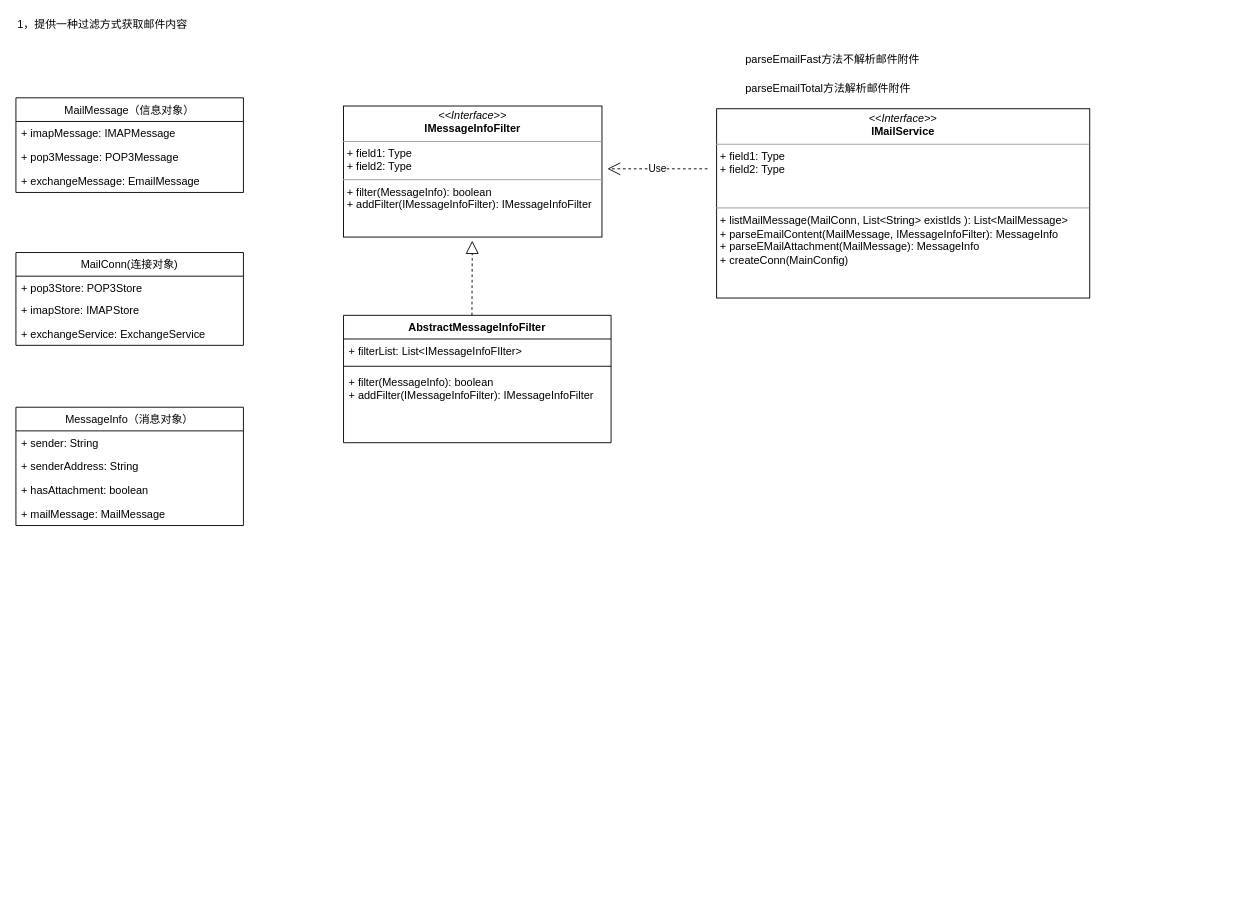
Before: work/mail-util-class-design.drawio in steveGuRen/diagram, a draw.io diagram. Source tidied: cells renumbered, new cells numbered last; positions are measured from the earlier drawing's top-left corner, leaving out a move shared by most shapes. Both pictures are drawn from the tidied source at 91%, with x=0, y=0 at pixel (15, 15).
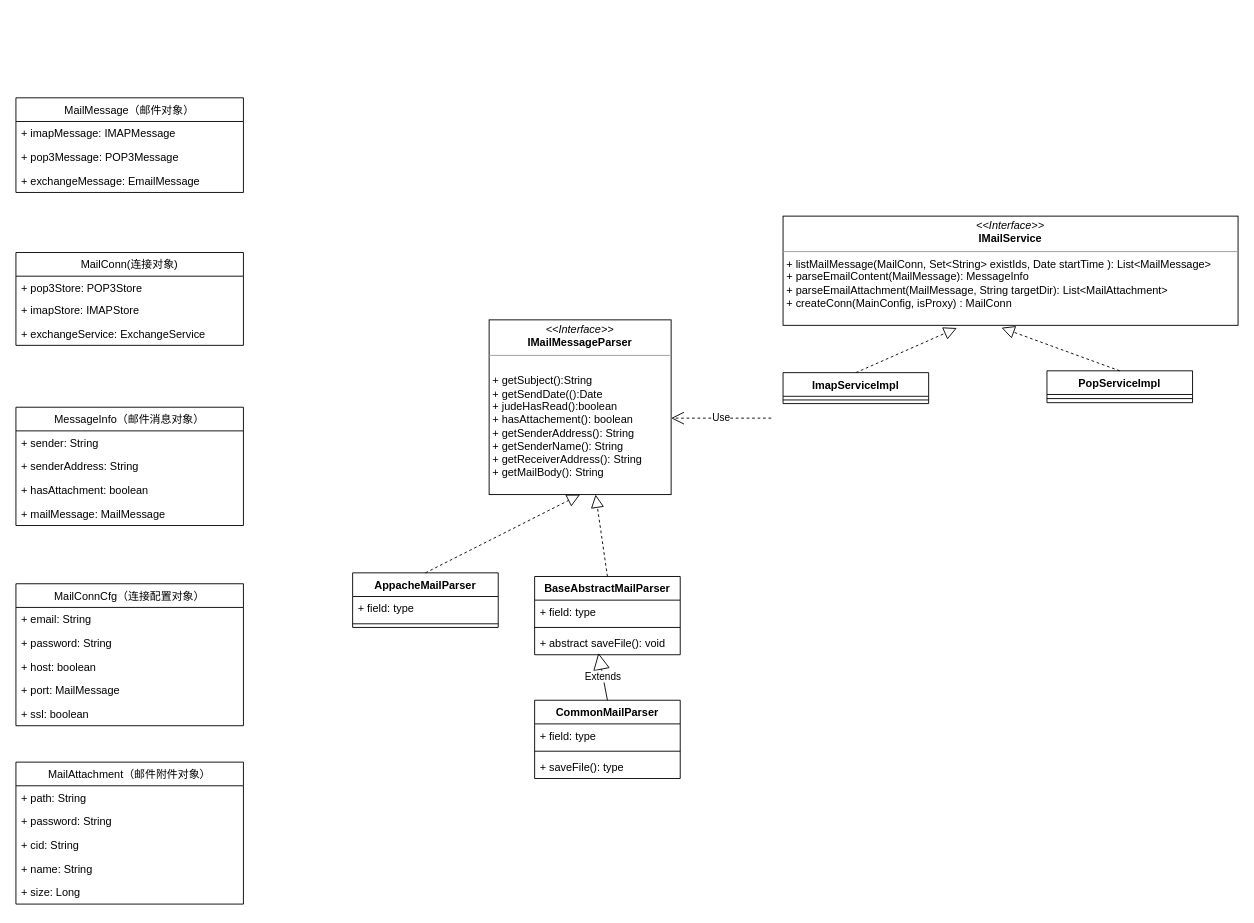
Above is the later version.

What changed in the source:
```diff
@@
-    <mxCell id="2" value="MailMessage（信息对象）" style="swimlane;fontStyle=0;horizontal=1;startSize=26;fillColor=none;" parent="1" vertex="1">
+    <mxCell id="2" value="MailMessage（邮件对象）" style="swimlane;fontStyle=0;horizontal=1;startSize=26;fillColor=none;" parent="1" vertex="1">
       <mxGeometry y="90" width="250" height="104" as="geometry" />
     </mxCell>
@@
-    <mxCell id="10" value="MessageInfo（消息对象）" style="swimlane;fontStyle=0;horizontal=1;startSize=26;fillColor=none;" parent="1" vertex="1">
+    <mxCell id="10" value="MessageInfo（邮件消息对象）" style="swimlane;fontStyle=0;horizontal=1;startSize=26;fillColor=none;" parent="1" vertex="1">
       <mxGeometry y="430" width="250" height="130" as="geometry" />
     </mxCell>
@@
-    <mxCell id="15" value="&lt;p style=&quot;margin: 0px ; margin-top: 4px ; text-align: center&quot;&gt;&lt;i&gt;&amp;lt;&amp;lt;Interface&amp;gt;&amp;gt;&lt;/i&gt;&lt;br&gt;&lt;b&gt;IMailService&lt;/b&gt;&lt;/p&gt;&lt;hr size=&quot;1&quot;&gt;&lt;p style=&quot;margin: 0px ; margin-left: 4px&quot;&gt;+ field1: Type&lt;br&gt;+ field2: Type&lt;/p&gt;&lt;p style=&quot;margin: 0px ; margin-left: 4px&quot;&gt;&lt;br&gt;&lt;/p&gt;&lt;p style=&quot;margin: 0px ; margin-left: 4px&quot;&gt;&lt;br&gt;&lt;/p&gt;&lt;hr size=&quot;1&quot;&gt;&lt;p style=&quot;margin: 0px ; margin-left: 4px&quot;&gt;+ listMailMessage(MailConn, List&amp;lt;String&amp;gt; existIds ): List&amp;lt;MailMessage&amp;gt;&lt;/p&gt;&lt;p style=&quot;margin: 0px ; margin-left: 4px&quot;&gt;+ parseEmailContent(&lt;span&gt;MailMessage&lt;/span&gt;&lt;span&gt;, IMessageInfoFilter&lt;/span&gt;):&amp;nbsp;&lt;span&gt;MessageInfo&lt;/span&gt;&lt;br&gt;+ parseEMailAttachment(&lt;span&gt;MailMessage&lt;/span&gt;): MessageInfo&lt;/p&gt;&lt;p style=&quot;margin: 0px ; margin-left: 4px&quot;&gt;+ createConn(MainConfig)&lt;/p&gt;&lt;p&gt;&lt;br&gt;&lt;/p&gt;&lt;p&gt;&lt;br&gt;&lt;/p&gt;&lt;p&gt;&lt;br&gt;&lt;/p&gt;" style="verticalAlign=top;align=left;overflow=fill;fontSize=12;fontFamily=Helvetica;html=1;" parent="1" vertex="1">
-      <mxGeometry x="770" y="102" width="410" height="208" as="geometry" />
+    <mxCell id="15" value="&lt;p style=&quot;margin: 0px ; margin-top: 4px ; text-align: center&quot;&gt;&lt;i&gt;&amp;lt;&amp;lt;Interface&amp;gt;&amp;gt;&lt;/i&gt;&lt;br&gt;&lt;b&gt;IMailService&lt;/b&gt;&lt;/p&gt;&lt;hr size=&quot;1&quot;&gt;&lt;p style=&quot;margin: 0px ; margin-left: 4px&quot;&gt;+ listMailMessage(MailConn, Set&amp;lt;String&amp;gt; existIds, Date startTime ): List&amp;lt;MailMessage&amp;gt;&lt;/p&gt;&lt;p style=&quot;margin: 0px ; margin-left: 4px&quot;&gt;+ parseEmailContent(&lt;span&gt;MailMessage&lt;/span&gt;):&amp;nbsp;&lt;span&gt;MessageInfo&lt;/span&gt;&lt;br&gt;+ parseEmailAttachment(&lt;span&gt;MailMessage, String targetDir&lt;/span&gt;):&amp;nbsp;&lt;span&gt;List&amp;lt;MailAttachment&amp;gt;&lt;/span&gt;&lt;/p&gt;&lt;p style=&quot;margin: 0px ; margin-left: 4px&quot;&gt;+ createConn(MainConfig, isProxy) : MailConn&lt;/p&gt;&lt;p&gt;&lt;br&gt;&lt;/p&gt;&lt;p&gt;&lt;br&gt;&lt;/p&gt;" style="verticalAlign=top;align=left;overflow=fill;fontSize=12;fontFamily=Helvetica;html=1;" parent="1" vertex="1">
+      <mxGeometry x="843" y="220" width="500" height="120" as="geometry" />
     </mxCell>
-    <mxCell id="16" value="1，提供一种过滤方式获取邮件内容" style="text;html=1;align=left;verticalAlign=top;spacingTop=-4;" parent="1" vertex="1">
-      <mxGeometry width="200" height="20" as="geometry" />
-    </mxCell>
-    <mxCell id="17" value="&lt;p style=&quot;margin: 0px ; margin-top: 4px ; text-align: center&quot;&gt;&lt;i&gt;&amp;lt;&amp;lt;Interface&amp;gt;&amp;gt;&lt;/i&gt;&lt;br&gt;&lt;b&gt;IMessageInfoFilter&lt;/b&gt;&lt;/p&gt;&lt;hr size=&quot;1&quot;&gt;&lt;p style=&quot;margin: 0px ; margin-left: 4px&quot;&gt;+ field1: Type&lt;br&gt;+ field2: Type&lt;/p&gt;&lt;hr size=&quot;1&quot;&gt;&lt;p style=&quot;margin: 0px ; margin-left: 4px&quot;&gt;+ filter(&lt;span&gt;MessageInfo&lt;/span&gt;): boolean&lt;br&gt;+ addFilter(IMessageInfoFilter): IMessageInfoFilter&lt;/p&gt;" style="verticalAlign=top;align=left;overflow=fill;fontSize=12;fontFamily=Helvetica;html=1;" parent="1" vertex="1">
-      <mxGeometry x="360" y="99" width="284" height="144" as="geometry" />
-    </mxCell>
-    <mxCell id="18" value="AbstractMessageInfoFilter" style="swimlane;fontStyle=1;align=center;verticalAlign=top;horizontal=1;startSize=26;" parent="1" vertex="1">
-      <mxGeometry x="360" y="329" width="294" height="140" as="geometry" />
-    </mxCell>
-    <mxCell id="19" value="+ filterList: List&lt;IMessageInfoFIlter&gt;" style="text;strokeColor=none;fillColor=none;align=left;verticalAlign=top;spacingLeft=4;spacingRight=4;overflow=hidden;" parent="18" vertex="1">
-      <mxGeometry y="26" width="294" height="26" as="geometry" />
-    </mxCell>
-    <mxCell id="20" style="line;strokeWidth=1;fillColor=none;align=left;verticalAlign=middle;spacingTop=-1;spacingLeft=3;spacingRight=3;labelPosition=right;" parent="18" vertex="1">
-      <mxGeometry y="52" width="294" height="8" as="geometry" />
-    </mxCell>
-    <mxCell id="21" value="+ filter(MessageInfo): boolean&#10;+ addFilter(IMessageInfoFilter): IMessageInfoFilter&#10;" style="text;strokeColor=none;fillColor=none;align=left;verticalAlign=top;spacingLeft=4;spacingRight=4;overflow=hidden;" parent="18" vertex="1">
-      <mxGeometry y="60" width="294" height="80" as="geometry" />
-    </mxCell>
-    <mxCell id="22" value="parseEmailFast方法不解析邮件附件" style="text;html=1;align=left;verticalAlign=top;spacingTop=-4;" parent="1" vertex="1">
-      <mxGeometry x="800" y="38" width="210" height="20" as="geometry" />
-    </mxCell>
-    <mxCell id="23" value="parseEmailTotal方法解析邮件附件" style="text;html=1;align=left;verticalAlign=top;spacingTop=-4;" parent="1" vertex="1">
-      <mxGeometry x="800" y="70" width="200" height="20" as="geometry" />
-    </mxCell>
-    <mxCell id="24" style="endArrow=block;dashed=1;endFill=0;endSize=12;html=1;exitX=0.48;exitY=0;exitDx=0;exitDy=0;exitPerimeter=0;" parent="1" edge="1" source="18">
-      <mxGeometry relative="1" as="geometry">
-        <mxPoint x="501.5" y="247" as="targetPoint" />
-      </mxGeometry>
-    </mxCell>
+    <mxCell id="26" value="MailConnCfg（连接配置对象）" style="swimlane;fontStyle=0;horizontal=1;startSize=26;fillColor=none;" parent="1" vertex="1">
+      <mxGeometry y="624" width="250" height="156" as="geometry" />
+    </mxCell>
+    <mxCell id="27" value="+ email: String&#10;" style="text;strokeColor=none;fillColor=none;align=left;verticalAlign=top;spacingLeft=4;spacingRight=4;overflow=hidden;" parent="26" vertex="1">
+      <mxGeometry y="26" width="250" height="26" as="geometry" />
+    </mxCell>
+    <mxCell id="28" value="+ password: String&#10;" style="text;strokeColor=none;fillColor=none;align=left;verticalAlign=top;spacingLeft=4;spacingRight=4;overflow=hidden;" parent="26" vertex="1">
+      <mxGeometry y="52" width="250" height="26" as="geometry" />
+    </mxCell>
+    <mxCell id="29" value="+ host: boolean" style="text;strokeColor=none;fillColor=none;align=left;verticalAlign=top;spacingLeft=4;spacingRight=4;overflow=hidden;" parent="26" vertex="1">
+      <mxGeometry y="78" width="250" height="26" as="geometry" />
+    </mxCell>
+    <mxCell id="30" value="+ port: MailMessage&#10;" style="text;strokeColor=none;fillColor=none;align=left;verticalAlign=top;spacingLeft=4;spacingRight=4;overflow=hidden;" parent="26" vertex="1">
+      <mxGeometry y="104" width="250" height="26" as="geometry" />
+    </mxCell>
+    <mxCell id="31" value="+ ssl: boolean" style="text;strokeColor=none;fillColor=none;align=left;verticalAlign=top;spacingLeft=4;spacingRight=4;overflow=hidden;" parent="26" vertex="1">
+      <mxGeometry y="130" width="250" height="26" as="geometry" />
+    </mxCell>
+    <mxCell id="32" value="MailAttachment（邮件附件对象）" style="swimlane;fontStyle=0;horizontal=1;startSize=26;fillColor=none;" parent="1" vertex="1">
+      <mxGeometry y="820" width="250" height="156" as="geometry" />
+    </mxCell>
+    <mxCell id="33" value="+ path: String&#10;" style="text;strokeColor=none;fillColor=none;align=left;verticalAlign=top;spacingLeft=4;spacingRight=4;overflow=hidden;" parent="32" vertex="1">
+      <mxGeometry y="26" width="250" height="26" as="geometry" />
+    </mxCell>
+    <mxCell id="34" value="+ password: String&#10;" style="text;strokeColor=none;fillColor=none;align=left;verticalAlign=top;spacingLeft=4;spacingRight=4;overflow=hidden;" parent="32" vertex="1">
+      <mxGeometry y="52" width="250" height="26" as="geometry" />
+    </mxCell>
+    <mxCell id="35" value="+ cid: String" style="text;strokeColor=none;fillColor=none;align=left;verticalAlign=top;spacingLeft=4;spacingRight=4;overflow=hidden;" parent="32" vertex="1">
+      <mxGeometry y="78" width="250" height="26" as="geometry" />
+    </mxCell>
+    <mxCell id="36" value="+ name: String&#10;" style="text;strokeColor=none;fillColor=none;align=left;verticalAlign=top;spacingLeft=4;spacingRight=4;overflow=hidden;" parent="32" vertex="1">
+      <mxGeometry y="104" width="250" height="26" as="geometry" />
+    </mxCell>
+    <mxCell id="37" value="+ size: Long" style="text;strokeColor=none;fillColor=none;align=left;verticalAlign=top;spacingLeft=4;spacingRight=4;overflow=hidden;" parent="32" vertex="1">
+      <mxGeometry y="130" width="250" height="26" as="geometry" />
+    </mxCell>
+    <mxCell id="38" value="ImapServiceImpl" style="swimlane;fontStyle=1;align=center;verticalAlign=top;horizontal=1;startSize=26;" parent="1" vertex="1">
+      <mxGeometry x="843" y="392" width="160" height="34" as="geometry" />
+    </mxCell>
+    <mxCell id="39" style="line;strokeWidth=1;fillColor=none;align=left;verticalAlign=middle;spacingTop=-1;spacingLeft=3;spacingRight=3;labelPosition=right;" parent="38" vertex="1">
+      <mxGeometry y="26" width="160" height="8" as="geometry" />
+    </mxCell>
+    <mxCell id="40" value="PopServiceImpl" style="swimlane;fontStyle=1;align=center;verticalAlign=top;horizontal=1;startSize=26;" parent="1" vertex="1">
+      <mxGeometry x="1133" y="390" width="160" height="35" as="geometry" />
+    </mxCell>
+    <mxCell id="41" style="line;strokeWidth=1;fillColor=none;align=left;verticalAlign=middle;spacingTop=-1;spacingLeft=3;spacingRight=3;labelPosition=right;" parent="40" vertex="1">
+      <mxGeometry y="26" width="160" height="9" as="geometry" />
+    </mxCell>
+    <mxCell id="42" style="endArrow=block;dashed=1;endFill=0;endSize=12;html=1;exitX=0.5;exitY=0;exitDx=0;exitDy=0;entryX=0.382;entryY=1.025;entryDx=0;entryDy=0;entryPerimeter=0;" parent="1" edge="1" source="38" target="15">
+      <mxGeometry relative="1" as="geometry" />
+    </mxCell>
+    <mxCell id="43" style="endArrow=block;dashed=1;endFill=0;endSize=12;html=1;entryX=0.48;entryY=1.022;entryDx=0;entryDy=0;entryPerimeter=0;exitX=0.5;exitY=0;exitDx=0;exitDy=0;" parent="1" edge="1" source="40" target="15">
+      <mxGeometry relative="1" as="geometry" />
+    </mxCell>
     <mxCell id="25" value="Use" style="endArrow=open;endSize=12;dashed=1;html=1;" parent="1" edge="1">
       <mxGeometry relative="1" as="geometry">
-        <mxPoint x="760" y="168" as="sourcePoint" />
-        <mxPoint x="650" y="168" as="targetPoint" />
+        <mxPoint x="830" y="442" as="sourcePoint" />
+        <mxPoint x="720" y="442" as="targetPoint" />
       </mxGeometry>
     </mxCell>
+    <mxCell id="44" value="&lt;p style=&quot;margin: 0px ; margin-top: 4px ; text-align: center&quot;&gt;&lt;i&gt;&amp;lt;&amp;lt;Interface&amp;gt;&amp;gt;&lt;/i&gt;&lt;br&gt;&lt;b&gt;IMailMessageParser&lt;/b&gt;&lt;/p&gt;&lt;hr size=&quot;1&quot;&gt;&lt;p style=&quot;margin: 0px ; margin-left: 4px&quot;&gt;&lt;br&gt;&lt;/p&gt;&lt;p style=&quot;margin: 0px ; margin-left: 4px&quot;&gt;+ getSubject():String&lt;/p&gt;&lt;p style=&quot;margin: 0px ; margin-left: 4px&quot;&gt;+ getSendDate(():Date&lt;/p&gt;&lt;p style=&quot;margin: 0px ; margin-left: 4px&quot;&gt;+ judeHasRead():boolean&lt;/p&gt;&lt;p style=&quot;margin: 0px ; margin-left: 4px&quot;&gt;+ hasAttachement(): boolean&lt;/p&gt;&lt;p style=&quot;margin: 0px ; margin-left: 4px&quot;&gt;+ getSenderAddress(): String&lt;/p&gt;&lt;p style=&quot;margin: 0px ; margin-left: 4px&quot;&gt;+ getSenderName(): String&lt;/p&gt;&lt;p style=&quot;margin: 0px ; margin-left: 4px&quot;&gt;+ getReceiverAddress(): String&lt;/p&gt;&lt;p style=&quot;margin: 0px ; margin-left: 4px&quot;&gt;+ getMailBody(): String&lt;/p&gt;&lt;p&gt;&lt;br&gt;&lt;/p&gt;&lt;p&gt;&lt;br&gt;&lt;/p&gt;" style="verticalAlign=top;align=left;overflow=fill;fontSize=12;fontFamily=Helvetica;html=1;" parent="1" vertex="1">
+      <mxGeometry x="520" y="334" width="200" height="192" as="geometry" />
+    </mxCell>
+    <mxCell id="45" value="AppacheMailParser" style="swimlane;fontStyle=1;align=center;verticalAlign=top;horizontal=1;startSize=26;" parent="1" vertex="1">
+      <mxGeometry x="370" y="612" width="160" height="60" as="geometry" />
+    </mxCell>
+    <mxCell id="46" value="+ field: type" style="text;strokeColor=none;fillColor=none;align=left;verticalAlign=top;spacingLeft=4;spacingRight=4;overflow=hidden;" parent="45" vertex="1">
+      <mxGeometry y="26" width="160" height="26" as="geometry" />
+    </mxCell>
+    <mxCell id="47" style="line;strokeWidth=1;fillColor=none;align=left;verticalAlign=middle;spacingTop=-1;spacingLeft=3;spacingRight=3;labelPosition=right;" parent="45" vertex="1">
+      <mxGeometry y="52" width="160" height="8" as="geometry" />
+    </mxCell>
+    <mxCell id="48" value="BaseAbstractMailParser" style="swimlane;fontStyle=1;align=center;verticalAlign=top;horizontal=1;startSize=26;" parent="1" vertex="1">
+      <mxGeometry x="570" y="616" width="160" height="86" as="geometry" />
+    </mxCell>
+    <mxCell id="49" value="+ field: type" style="text;strokeColor=none;fillColor=none;align=left;verticalAlign=top;spacingLeft=4;spacingRight=4;overflow=hidden;" parent="48" vertex="1">
+      <mxGeometry y="26" width="160" height="26" as="geometry" />
+    </mxCell>
+    <mxCell id="50" style="line;strokeWidth=1;fillColor=none;align=left;verticalAlign=middle;spacingTop=-1;spacingLeft=3;spacingRight=3;labelPosition=right;" parent="48" vertex="1">
+      <mxGeometry y="52" width="160" height="8" as="geometry" />
+    </mxCell>
+    <mxCell id="51" value="+ abstract saveFile(): void&#10;" style="text;strokeColor=none;fillColor=none;align=left;verticalAlign=top;spacingLeft=4;spacingRight=4;overflow=hidden;points=[[0,0.5],[1,0.5]];portConstraint=eastwest;" parent="48" vertex="1">
+      <mxGeometry y="60" width="160" height="26" as="geometry" />
+    </mxCell>
+    <mxCell id="52" value="CommonMailParser" style="swimlane;fontStyle=1;align=center;verticalAlign=top;horizontal=1;startSize=26;" parent="1" vertex="1">
+      <mxGeometry x="570" y="752" width="160" height="86" as="geometry" />
+    </mxCell>
+    <mxCell id="53" value="+ field: type" style="text;strokeColor=none;fillColor=none;align=left;verticalAlign=top;spacingLeft=4;spacingRight=4;overflow=hidden;" parent="52" vertex="1">
+      <mxGeometry y="26" width="160" height="26" as="geometry" />
+    </mxCell>
+    <mxCell id="54" style="line;strokeWidth=1;fillColor=none;align=left;verticalAlign=middle;spacingTop=-1;spacingLeft=3;spacingRight=3;labelPosition=right;" parent="52" vertex="1">
+      <mxGeometry y="52" width="160" height="8" as="geometry" />
+    </mxCell>
+    <mxCell id="55" value="+ saveFile(): type" style="text;strokeColor=none;fillColor=none;align=left;verticalAlign=top;spacingLeft=4;spacingRight=4;overflow=hidden;" parent="52" vertex="1">
+      <mxGeometry y="60" width="160" height="26" as="geometry" />
+    </mxCell>
+    <mxCell id="56" style="endArrow=block;dashed=1;endFill=0;endSize=12;html=1;exitX=0.5;exitY=0;exitDx=0;exitDy=0;entryX=0.5;entryY=1;entryDx=0;entryDy=0;" parent="1" edge="1" source="45" target="44">
+      <mxGeometry relative="1" as="geometry" />
+    </mxCell>
+    <mxCell id="57" style="endArrow=block;dashed=1;endFill=0;endSize=12;html=1;exitX=0.5;exitY=0;exitDx=0;exitDy=0;entryX=0.585;entryY=1;entryDx=0;entryDy=0;entryPerimeter=0;" parent="1" edge="1" source="48" target="44">
+      <mxGeometry relative="1" as="geometry" />
+    </mxCell>
+    <mxCell id="58" value="Extends" style="endArrow=block;endSize=16;endFill=0;html=1;exitX=0.5;exitY=0;exitDx=0;exitDy=0;entryX=0.438;entryY=0.923;entryDx=0;entryDy=0;entryPerimeter=0;" parent="1" edge="1" source="52" target="51">
+      <mxGeometry relative="1" as="geometry" />
+    </mxCell>
```
